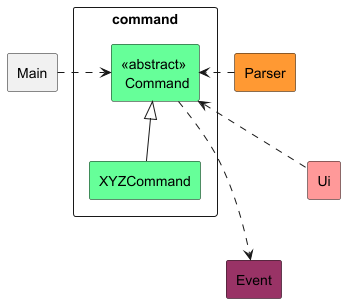
The PlantUML diagram docs/images/CommandClassDiagram.png in nus-cs2113-AY2425S1/tp, before a commit.
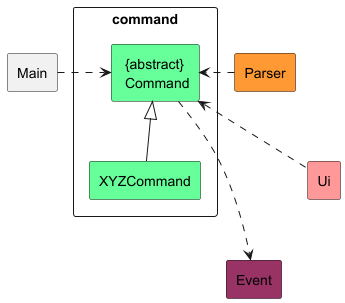
The same diagram one commit later.

Change to the diagram source:
```diff
@@ -2,7 +2,7 @@
 !include style.puml
 
 rectangle command {
-    rectangle "<<abstract>>\n Command" COMMAND_COLOUR
+    rectangle " {abstract}\n Command" COMMAND_COLOUR
 
     rectangle XYZCommand COMMAND_COLOUR
 }
@@ -12,12 +12,12 @@
 rectangle Event EVENT_COLOUR
 rectangle Ui UI_COLOUR
 
-"<<abstract>>\n Command" <|-- XYZCommand
+" {abstract}\n Command" <|-- XYZCommand
 
-Main .> "<<abstract>>\n Command"
-Parser .> "<<abstract>>\n Command"
-"<<abstract>>\n Command" <.. Ui
-"<<abstract>>\n Command" ...> Event
+Main .> " {abstract}\n Command"
+Parser .> " {abstract}\n Command"
+" {abstract}\n Command" <.. Ui
+" {abstract}\n Command" ...> Event
 
 
 @enduml
```
